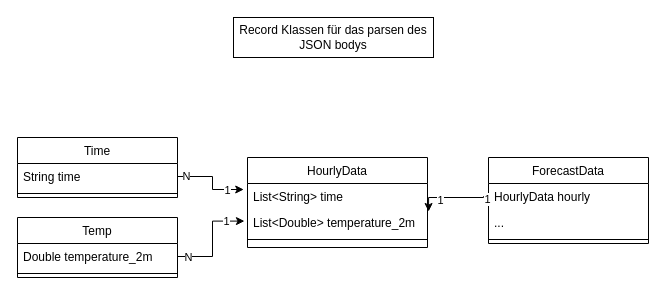
The draw.io diagram src/Docs/ParsingRecords.drawio in iMoe400/WeatherHomie, before the edit. Source tidied: cells renumbered, new cells numbered last; positions are measured from the earlier drawing's top-left corner, leaving out a move shared by most shapes. Both pictures are drawn from the tidied source at 100%, with x=0, y=0 at pixel (17, 17).
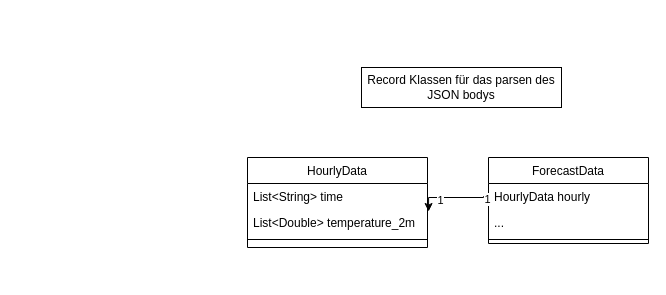
The same page after the edit.

The change refers to these unchanged cells:
```xml
<mxCell id="13" value="List&lt;String&gt; time" style="text;align=left;verticalAlign=top;spacingLeft=4;spacingRight=4;overflow=hidden;points=[[0,0.5],[1,0.5]];portConstraint=eastwest;" parent="12" vertex="1">
  <mxGeometry y="26" width="180" height="26" as="geometry" />
</mxCell>
<mxCell id="14" value="List&lt;Double&gt; temperature_2m" style="text;align=left;verticalAlign=top;spacingLeft=4;spacingRight=4;overflow=hidden;points=[[0,0.5],[1,0.5]];portConstraint=eastwest;rounded=0;shadow=0;html=0;" parent="12" vertex="1">
  <mxGeometry y="52" width="180" height="26" as="geometry" />
</mxCell>
```

What changed in the source:
```diff
@@
-    <mxCell id="2" value="Time" style="swimlane;fontStyle=0;align=center;verticalAlign=top;horizontal=1;startSize=26;rounded=0;shadow=0;strokeWidth=1;" parent="1" vertex="1">
-      <mxGeometry y="120" width="160" height="60" as="geometry" />
-    </mxCell>
-    <mxCell id="3" value="String time" style="text;align=left;verticalAlign=top;spacingLeft=4;spacingRight=4;overflow=hidden;points=[[0,0.5],[1,0.5]];portConstraint=eastwest;" parent="2" vertex="1">
-      <mxGeometry y="26" width="160" height="26" as="geometry" />
-    </mxCell>
-    <mxCell id="4" style="line;html=1;strokeWidth=1;align=left;verticalAlign=middle;spacingTop=-1;spacingLeft=3;spacingRight=3;labelPosition=right;" parent="2" vertex="1">
-      <mxGeometry y="52" width="160" height="8" as="geometry" />
-    </mxCell>
-    <mxCell id="5" value="Temp" style="swimlane;fontStyle=0;align=center;verticalAlign=top;horizontal=1;startSize=26;rounded=0;shadow=0;strokeWidth=1;" parent="1" vertex="1">
-      <mxGeometry y="200" width="160" height="60" as="geometry" />
-    </mxCell>
-    <mxCell id="6" value="Double temperature_2m" style="text;align=left;verticalAlign=top;spacingLeft=4;spacingRight=4;overflow=hidden;points=[[0,0.5],[1,0.5]];portConstraint=eastwest;" parent="5" vertex="1">
-      <mxGeometry y="26" width="160" height="26" as="geometry" />
-    </mxCell>
-    <mxCell id="7" style="line;html=1;strokeWidth=1;align=left;verticalAlign=middle;spacingTop=-1;spacingLeft=3;spacingRight=3;labelPosition=right;" parent="5" vertex="1">
-      <mxGeometry y="52" width="160" height="8" as="geometry" />
-    </mxCell>
@@
-    <mxCell id="19" style="edgeStyle=orthogonalEdgeStyle;rounded=0;jettySize=auto;html=1;entryX=-0.021;entryY=0.231;entryDx=0;entryDy=0;entryPerimeter=0;" parent="1" edge="1" source="3" target="13">
-      <mxGeometry relative="1" as="geometry" />
-    </mxCell>
-    <mxCell id="20" value="1" style="edgeLabel;html=1;align=center;verticalAlign=middle;" parent="19" vertex="1">
-      <mxGeometry x="0.59" relative="1" as="geometry" />
-    </mxCell>
-    <mxCell id="21" value="N" style="edgeLabel;html=1;align=center;verticalAlign=middle;" parent="19" vertex="1">
-      <mxGeometry x="-0.8" y="1" relative="1" as="geometry" />
-    </mxCell>
-    <mxCell id="22" style="edgeStyle=orthogonalEdgeStyle;rounded=0;jettySize=auto;html=1;entryX=-0.017;entryY=0.446;entryDx=0;entryDy=0;entryPerimeter=0;" parent="1" edge="1" source="6" target="14">
-      <mxGeometry relative="1" as="geometry" />
-    </mxCell>
-    <mxCell id="23" value="1" style="edgeLabel;html=1;align=center;verticalAlign=middle;" parent="22" vertex="1">
-      <mxGeometry x="0.65" relative="1" as="geometry" />
-    </mxCell>
-    <mxCell id="24" value="N" style="edgeLabel;html=1;align=center;verticalAlign=middle;" parent="22" vertex="1">
-      <mxGeometry x="-0.8" relative="1" as="geometry" />
-    </mxCell>
     <mxCell id="25" value="Record Klassen für das parsen des JSON bodys" style="rounded=0;whiteSpace=wrap;html=1;" parent="1" vertex="1">
-      <mxGeometry x="216" width="200" height="40" as="geometry" />
+      <mxGeometry x="344" y="50" width="200" height="40" as="geometry" />
     </mxCell>
```
